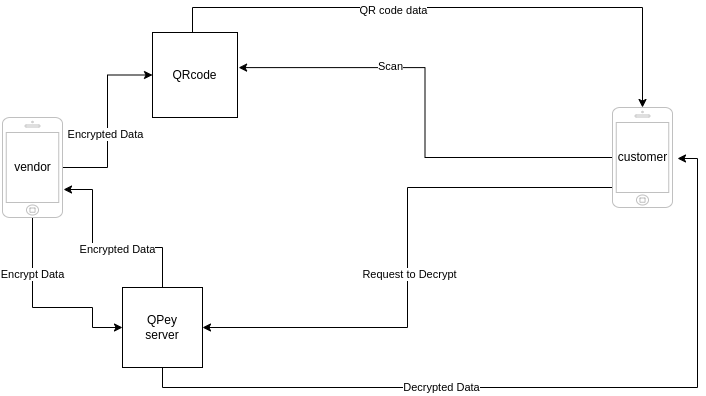
Above: server-side-detailed.drawio.png in qpey/.github (draw.io), before the change. Source tidied: cells renumbered, new cells last; positions are measured from the earlier drawing's top-left corner, leaving out a move shared by most shapes. Its diagram source:
```xml
<mxGraphModel>
  <root>
    <mxCell id="0" />
    <mxCell id="1" parent="0" />
    <mxCell id="2" style="edgeStyle=orthogonalEdgeStyle;rounded=0;jettySize=auto;html=1;entryX=0;entryY=0.5;entryDx=0;entryDy=0;" parent="1" edge="1" source="6" target="11">
      <mxGeometry relative="1" as="geometry">
        <Array as="points">
          <mxPoint x="30" y="300" />
          <mxPoint x="90" y="300" />
          <mxPoint x="90" y="320" />
        </Array>
      </mxGeometry>
    </mxCell>
    <mxCell id="3" value="Encrypt Data" style="edgeLabel;html=1;align=center;verticalAlign=middle;" parent="2" vertex="1">
      <mxGeometry x="-0.44" y="-1" relative="1" as="geometry" />
    </mxCell>
    <mxCell id="4" style="edgeStyle=orthogonalEdgeStyle;rounded=0;jettySize=auto;html=1;entryX=0;entryY=0.5;entryDx=0;entryDy=0;" parent="1" edge="1" source="6" target="21">
      <mxGeometry relative="1" as="geometry" />
    </mxCell>
    <mxCell id="5" value="Encrypted Data" style="edgeLabel;html=1;align=center;verticalAlign=middle;" parent="4" vertex="1">
      <mxGeometry x="-0.14" y="3" relative="1" as="geometry" />
    </mxCell>
    <mxCell id="6" style="html=1;verticalLabelPosition=bottom;labelBackgroundColor=#ffffff;verticalAlign=top;shadow=0;dashed=0;strokeWidth=1;shape=mxgraph.ios7.misc.iphone;strokeColor=#c0c0c0;" parent="1" vertex="1">
      <mxGeometry y="110" width="60" height="100" as="geometry" />
    </mxCell>
    <mxCell id="7" style="edgeStyle=orthogonalEdgeStyle;rounded=0;jettySize=auto;html=1;entryX=1.017;entryY=0.72;entryDx=0;entryDy=0;entryPerimeter=0;" parent="1" edge="1" source="11" target="6">
      <mxGeometry relative="1" as="geometry">
        <Array as="points">
          <mxPoint x="160" y="240" />
          <mxPoint x="90" y="240" />
          <mxPoint x="90" y="182" />
        </Array>
      </mxGeometry>
    </mxCell>
    <mxCell id="8" value="Encrypted Data" style="edgeLabel;html=1;align=center;verticalAlign=middle;" parent="7" vertex="1">
      <mxGeometry x="-0.13" y="1" relative="1" as="geometry" />
    </mxCell>
    <mxCell id="9" style="edgeStyle=orthogonalEdgeStyle;rounded=0;jettySize=auto;html=1;entryX=1;entryY=0.533;entryDx=0;entryDy=0;entryPerimeter=0;" parent="1" edge="1" source="11" target="18">
      <mxGeometry relative="1" as="geometry">
        <Array as="points">
          <mxPoint x="160" y="380" />
          <mxPoint x="695" y="380" />
          <mxPoint x="695" y="151" />
        </Array>
      </mxGeometry>
    </mxCell>
    <mxCell id="10" value="Decrypted Data" style="edgeLabel;html=1;align=center;verticalAlign=middle;" parent="9" vertex="1">
      <mxGeometry x="-0.26" y="1" relative="1" as="geometry" />
    </mxCell>
    <mxCell id="11" value="QPey&lt;br&gt;server" style="whiteSpace=wrap;html=1;" parent="1" vertex="1">
      <mxGeometry x="120" y="280" width="80" height="80" as="geometry" />
    </mxCell>
    <mxCell id="12" style="edgeStyle=orthogonalEdgeStyle;rounded=0;jettySize=auto;html=1;entryX=1.013;entryY=0.413;entryDx=0;entryDy=0;entryPerimeter=0;" parent="1" edge="1" source="16" target="21">
      <mxGeometry relative="1" as="geometry" />
    </mxCell>
    <mxCell id="13" value="Scan" style="edgeLabel;html=1;align=center;verticalAlign=middle;" parent="12" vertex="1">
      <mxGeometry x="0.35" y="-2" relative="1" as="geometry" />
    </mxCell>
    <mxCell id="14" style="edgeStyle=orthogonalEdgeStyle;rounded=0;jettySize=auto;html=1;entryX=1;entryY=0.5;entryDx=0;entryDy=0;" parent="1" edge="1" source="16" target="11">
      <mxGeometry relative="1" as="geometry">
        <Array as="points">
          <mxPoint x="405" y="180" />
          <mxPoint x="405" y="320" />
        </Array>
      </mxGeometry>
    </mxCell>
    <mxCell id="15" value="Request to Decrypt" style="edgeLabel;html=1;align=center;verticalAlign=middle;" parent="14" vertex="1">
      <mxGeometry x="0.06" y="1" relative="1" as="geometry" />
    </mxCell>
    <mxCell id="16" style="html=1;verticalLabelPosition=bottom;labelBackgroundColor=#ffffff;verticalAlign=top;shadow=0;dashed=0;strokeWidth=1;shape=mxgraph.ios7.misc.iphone;strokeColor=#c0c0c0;" parent="1" vertex="1">
      <mxGeometry x="610" y="100" width="60" height="100" as="geometry" />
    </mxCell>
    <mxCell id="17" value="vendor" style="text;html=1;align=center;verticalAlign=middle;strokeColor=none;fillColor=none;" parent="1" vertex="1">
      <mxGeometry y="145" width="60" height="30" as="geometry" />
    </mxCell>
    <mxCell id="18" value="customer" style="text;html=1;align=center;verticalAlign=middle;points=[];strokeColor=none;fillColor=none;" parent="1" vertex="1">
      <mxGeometry x="605" y="135" width="70" height="30" as="geometry" />
    </mxCell>
    <mxCell id="19" style="edgeStyle=orthogonalEdgeStyle;rounded=0;jettySize=auto;html=1;entryX=0.5;entryY=0;entryDx=0;entryDy=0;entryPerimeter=0;" parent="1" edge="1" source="21" target="16">
      <mxGeometry relative="1" as="geometry">
        <Array as="points">
          <mxPoint x="190" />
          <mxPoint x="640" />
        </Array>
      </mxGeometry>
    </mxCell>
    <mxCell id="20" value="QR code data" style="edgeLabel;html=1;align=center;verticalAlign=middle;" parent="19" vertex="1">
      <mxGeometry x="-0.22" y="-2" relative="1" as="geometry" />
    </mxCell>
    <mxCell id="21" value="QRcode" style="whiteSpace=wrap;html=1;" parent="1" vertex="1">
      <mxGeometry x="150" y="25" width="85" height="85" as="geometry" />
    </mxCell>
  </root>
</mxGraphModel>
```
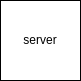
The same file after the commit.

What changed in the source:
```diff
@@ -2,93 +2,8 @@
   <root>
     <mxCell id="0" />
     <mxCell id="1" parent="0" />
-    <mxCell id="2" style="edgeStyle=orthogonalEdgeStyle;rounded=0;jettySize=auto;html=1;entryX=0;entryY=0.5;entryDx=0;entryDy=0;" parent="1" edge="1" source="6" target="11">
-      <mxGeometry relative="1" as="geometry">
-        <Array as="points">
-          <mxPoint x="30" y="300" />
-          <mxPoint x="90" y="300" />
-          <mxPoint x="90" y="320" />
-        </Array>
-      </mxGeometry>
-    </mxCell>
-    <mxCell id="3" value="Encrypt Data" style="edgeLabel;html=1;align=center;verticalAlign=middle;" parent="2" vertex="1">
-      <mxGeometry x="-0.44" y="-1" relative="1" as="geometry" />
-    </mxCell>
-    <mxCell id="4" style="edgeStyle=orthogonalEdgeStyle;rounded=0;jettySize=auto;html=1;entryX=0;entryY=0.5;entryDx=0;entryDy=0;" parent="1" edge="1" source="6" target="21">
-      <mxGeometry relative="1" as="geometry" />
-    </mxCell>
-    <mxCell id="5" value="Encrypted Data" style="edgeLabel;html=1;align=center;verticalAlign=middle;" parent="4" vertex="1">
-      <mxGeometry x="-0.14" y="3" relative="1" as="geometry" />
-    </mxCell>
-    <mxCell id="6" style="html=1;verticalLabelPosition=bottom;labelBackgroundColor=#ffffff;verticalAlign=top;shadow=0;dashed=0;strokeWidth=1;shape=mxgraph.ios7.misc.iphone;strokeColor=#c0c0c0;" parent="1" vertex="1">
-      <mxGeometry y="110" width="60" height="100" as="geometry" />
-    </mxCell>
-    <mxCell id="7" style="edgeStyle=orthogonalEdgeStyle;rounded=0;jettySize=auto;html=1;entryX=1.017;entryY=0.72;entryDx=0;entryDy=0;entryPerimeter=0;" parent="1" edge="1" source="11" target="6">
-      <mxGeometry relative="1" as="geometry">
-        <Array as="points">
-          <mxPoint x="160" y="240" />
-          <mxPoint x="90" y="240" />
-          <mxPoint x="90" y="182" />
-        </Array>
-      </mxGeometry>
-    </mxCell>
-    <mxCell id="8" value="Encrypted Data" style="edgeLabel;html=1;align=center;verticalAlign=middle;" parent="7" vertex="1">
-      <mxGeometry x="-0.13" y="1" relative="1" as="geometry" />
-    </mxCell>
-    <mxCell id="9" style="edgeStyle=orthogonalEdgeStyle;rounded=0;jettySize=auto;html=1;entryX=1;entryY=0.533;entryDx=0;entryDy=0;entryPerimeter=0;" parent="1" edge="1" source="11" target="18">
-      <mxGeometry relative="1" as="geometry">
-        <Array as="points">
-          <mxPoint x="160" y="380" />
-          <mxPoint x="695" y="380" />
-          <mxPoint x="695" y="151" />
-        </Array>
-      </mxGeometry>
-    </mxCell>
-    <mxCell id="10" value="Decrypted Data" style="edgeLabel;html=1;align=center;verticalAlign=middle;" parent="9" vertex="1">
-      <mxGeometry x="-0.26" y="1" relative="1" as="geometry" />
-    </mxCell>
-    <mxCell id="11" value="QPey&lt;br&gt;server" style="whiteSpace=wrap;html=1;" parent="1" vertex="1">
-      <mxGeometry x="120" y="280" width="80" height="80" as="geometry" />
-    </mxCell>
-    <mxCell id="12" style="edgeStyle=orthogonalEdgeStyle;rounded=0;jettySize=auto;html=1;entryX=1.013;entryY=0.413;entryDx=0;entryDy=0;entryPerimeter=0;" parent="1" edge="1" source="16" target="21">
-      <mxGeometry relative="1" as="geometry" />
-    </mxCell>
-    <mxCell id="13" value="Scan" style="edgeLabel;html=1;align=center;verticalAlign=middle;" parent="12" vertex="1">
-      <mxGeometry x="0.35" y="-2" relative="1" as="geometry" />
-    </mxCell>
-    <mxCell id="14" style="edgeStyle=orthogonalEdgeStyle;rounded=0;jettySize=auto;html=1;entryX=1;entryY=0.5;entryDx=0;entryDy=0;" parent="1" edge="1" source="16" target="11">
-      <mxGeometry relative="1" as="geometry">
-        <Array as="points">
-          <mxPoint x="405" y="180" />
-          <mxPoint x="405" y="320" />
-        </Array>
-      </mxGeometry>
-    </mxCell>
-    <mxCell id="15" value="Request to Decrypt" style="edgeLabel;html=1;align=center;verticalAlign=middle;" parent="14" vertex="1">
-      <mxGeometry x="0.06" y="1" relative="1" as="geometry" />
-    </mxCell>
-    <mxCell id="16" style="html=1;verticalLabelPosition=bottom;labelBackgroundColor=#ffffff;verticalAlign=top;shadow=0;dashed=0;strokeWidth=1;shape=mxgraph.ios7.misc.iphone;strokeColor=#c0c0c0;" parent="1" vertex="1">
-      <mxGeometry x="610" y="100" width="60" height="100" as="geometry" />
-    </mxCell>
-    <mxCell id="17" value="vendor" style="text;html=1;align=center;verticalAlign=middle;strokeColor=none;fillColor=none;" parent="1" vertex="1">
-      <mxGeometry y="145" width="60" height="30" as="geometry" />
-    </mxCell>
-    <mxCell id="18" value="customer" style="text;html=1;align=center;verticalAlign=middle;points=[];strokeColor=none;fillColor=none;" parent="1" vertex="1">
-      <mxGeometry x="605" y="135" width="70" height="30" as="geometry" />
-    </mxCell>
-    <mxCell id="19" style="edgeStyle=orthogonalEdgeStyle;rounded=0;jettySize=auto;html=1;entryX=0.5;entryY=0;entryDx=0;entryDy=0;entryPerimeter=0;" parent="1" edge="1" source="21" target="16">
-      <mxGeometry relative="1" as="geometry">
-        <Array as="points">
-          <mxPoint x="190" />
-          <mxPoint x="640" />
-        </Array>
-      </mxGeometry>
-    </mxCell>
-    <mxCell id="20" value="QR code data" style="edgeLabel;html=1;align=center;verticalAlign=middle;" parent="19" vertex="1">
-      <mxGeometry x="-0.22" y="-2" relative="1" as="geometry" />
-    </mxCell>
-    <mxCell id="21" value="QRcode" style="whiteSpace=wrap;html=1;" parent="1" vertex="1">
-      <mxGeometry x="150" y="25" width="85" height="85" as="geometry" />
-    </mxCell>
+    <mxCell id="22" value="server" style="whiteSpace=wrap;html=1;" parent="1" vertex="1">
+      <mxGeometry x="160" y="220" width="80" height="80" as="geometry" />
+    </mxCell>
   </root>
 </mxGraphModel>
```
